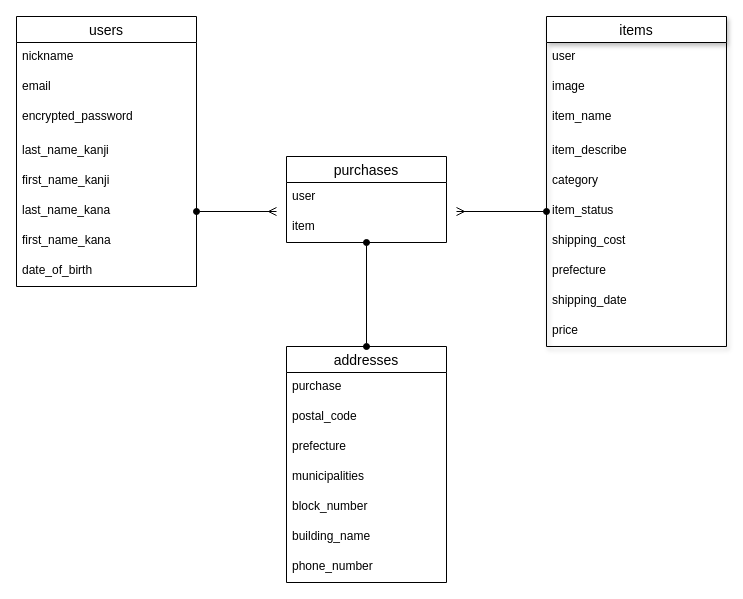
This is page "ページ1" (1 of 2) of furima.dio from taka-0713/furima-32616, a draw.io file, before an edit. Source tidied: cells renumbered, new cells numbered last; positions are measured from the earlier drawing's top-left corner, leaving out a move shared by most shapes. Both pictures are drawn from the tidied source at 100%, with x=0, y=0 at pixel (16, 16).
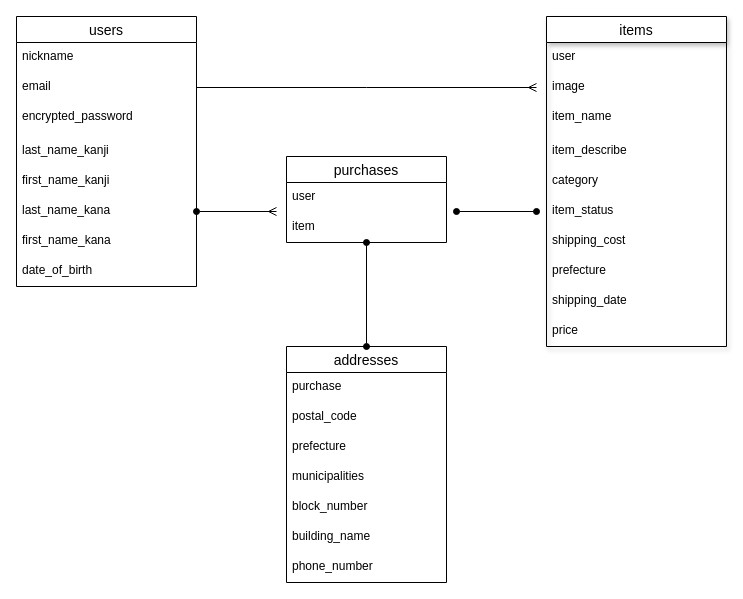
The same diagram, later.

The change refers to these unchanged cells:
```xml
<mxCell id="8" value="item_status" style="text;strokeColor=none;fillColor=none;spacingLeft=4;spacingRight=4;overflow=hidden;points=[[0,0.5],[1,0.5]];portConstraint=eastwest;fontSize=12;rounded=0;sketch=0;" parent="2" vertex="1">
  <mxGeometry y="180" width="180" height="30" as="geometry" />
</mxCell>
<mxCell id="15" value="email" style="text;strokeColor=none;fillColor=none;spacingLeft=4;spacingRight=4;overflow=hidden;points=[[0,0.5],[1,0.5]];portConstraint=eastwest;fontSize=12;" parent="13" vertex="1">
  <mxGeometry y="56" width="180" height="30" as="geometry" />
</mxCell>
```

Change to the diagram source:
```diff
@@
-    <mxCell id="35" style="edgeStyle=none;rounded=0;jettySize=auto;html=1;startArrow=oval;startFill=1;endArrow=ERmany;endFill=0;" parent="1" edge="1" source="8">
+    <mxCell id="35" style="edgeStyle=none;rounded=0;orthogonalLoop=1;jettySize=auto;html=1;startArrow=oval;startFill=1;endArrow=oval;endFill=1;" parent="1" edge="1">
       <mxGeometry relative="1" as="geometry">
+        <mxPoint x="520" y="195" as="sourcePoint" />
         <mxPoint x="440" y="195" as="targetPoint" />
       </mxGeometry>
     </mxCell>
+    <mxCell id="36" style="edgeStyle=orthogonalEdgeStyle;rounded=0;jettySize=auto;html=1;endArrow=ERmany;endFill=0;" parent="1" edge="1" source="15">
+      <mxGeometry relative="1" as="geometry">
+        <mxPoint x="520" y="71" as="targetPoint" />
+      </mxGeometry>
+    </mxCell>
```
